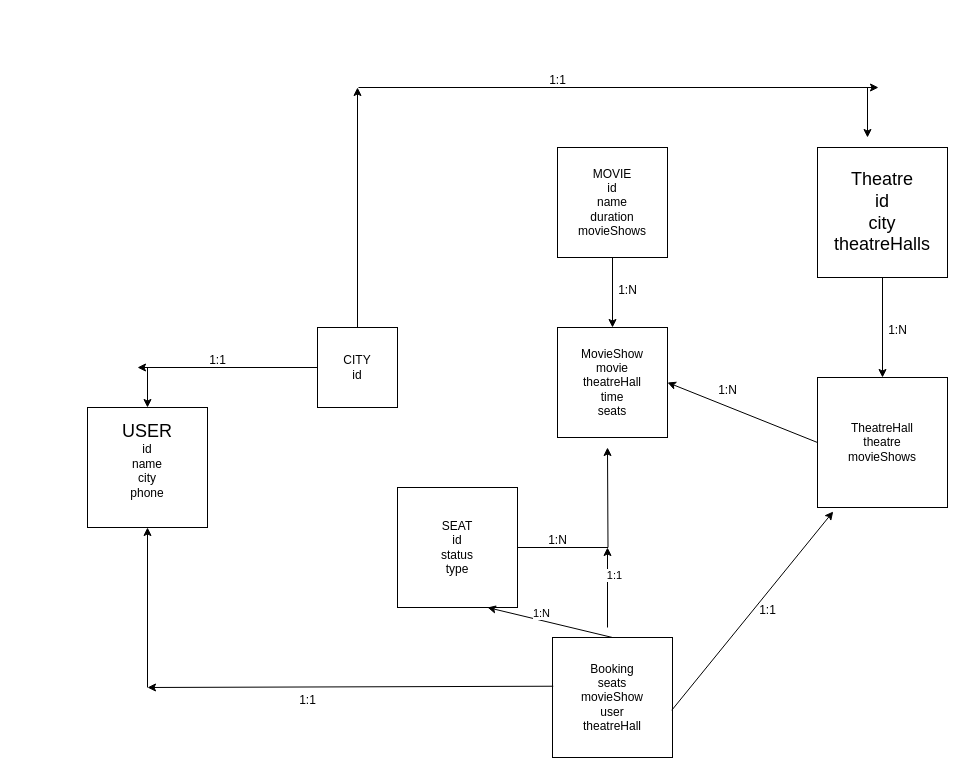
Before: BMS.drawio in rhaegar24/DesignPatterns, a draw.io diagram. Source tidied: cells renumbered, new cells numbered last; positions are measured from the earlier drawing's top-left corner, leaving out a move shared by most shapes. Both pictures are drawn from the tidied source at 100%, with x=0, y=0 at pixel (87, 65).
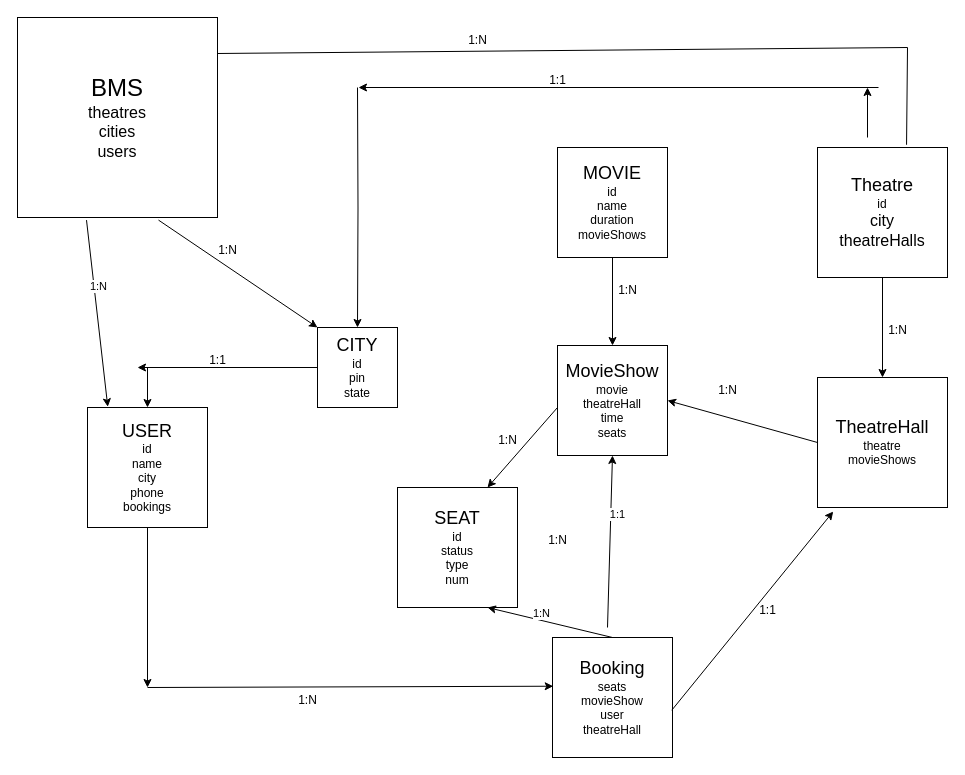
The same diagram, later.

The edit, as a diff of the source:
```diff
@@
-    <mxCell id="2" value="&lt;font style=&quot;font-size: 18px;&quot;&gt;USER&lt;/font&gt;&lt;div&gt;id&lt;/div&gt;&lt;div&gt;name&lt;/div&gt;&lt;div&gt;city&lt;/div&gt;&lt;div&gt;phone&lt;/div&gt;&lt;div&gt;&lt;br&gt;&lt;/div&gt;" style="whiteSpace=wrap;html=1;" parent="1" vertex="1">
+    <mxCell id="2" value="&lt;font style=&quot;font-size: 18px;&quot;&gt;USER&lt;/font&gt;&lt;div&gt;id&lt;/div&gt;&lt;div&gt;name&lt;/div&gt;&lt;div&gt;city&lt;/div&gt;&lt;div&gt;phone&lt;/div&gt;&lt;div&gt;bookings&lt;/div&gt;" style="whiteSpace=wrap;html=1;" parent="1" vertex="1">
       <mxGeometry y="342" width="120" height="120" as="geometry" />
     </mxCell>
-    <mxCell id="3" style="edgeStyle=orthogonalEdgeStyle;rounded=0;jettySize=auto;html=1;" parent="1" edge="1" source="5">
+    <mxCell id="3" style="edgeStyle=orthogonalEdgeStyle;rounded=0;jettySize=auto;html=1;" parent="1" edge="1" target="5">
       <mxGeometry relative="1" as="geometry">
-        <mxPoint x="270" y="22" as="targetPoint" />
+        <mxPoint x="270" y="22" as="sourcePoint" />
       </mxGeometry>
     </mxCell>
@@
-    <mxCell id="5" value="CITY&lt;div&gt;id&lt;/div&gt;" style="whiteSpace=wrap;html=1;" parent="1" vertex="1">
+    <mxCell id="5" value="&lt;font style=&quot;font-size: 18px;&quot;&gt;CITY&lt;/font&gt;&lt;div&gt;id&lt;/div&gt;&lt;div&gt;pin&lt;/div&gt;&lt;div&gt;state&lt;/div&gt;" style="whiteSpace=wrap;html=1;" parent="1" vertex="1">
       <mxGeometry x="230" y="262" width="80" height="80" as="geometry" />
     </mxCell>
@@
-    <mxCell id="7" value="MOVIE&lt;div&gt;id&lt;/div&gt;&lt;div&gt;name&lt;/div&gt;&lt;div&gt;duration&lt;/div&gt;&lt;div&gt;movieShows&lt;/div&gt;" style="whiteSpace=wrap;html=1;" parent="1" vertex="1">
+    <mxCell id="7" value="&lt;font style=&quot;font-size: 18px;&quot;&gt;MOVIE&lt;/font&gt;&lt;div&gt;id&lt;/div&gt;&lt;div&gt;name&lt;/div&gt;&lt;div&gt;duration&lt;/div&gt;&lt;div&gt;movieShows&lt;/div&gt;" style="whiteSpace=wrap;html=1;" parent="1" vertex="1">
       <mxGeometry x="470" y="82" width="110" height="110" as="geometry" />
     </mxCell>
-    <mxCell id="8" value="MovieShow&lt;div&gt;movie&lt;/div&gt;&lt;div&gt;theatreHall&lt;/div&gt;&lt;div&gt;time&lt;/div&gt;&lt;div&gt;seats&lt;/div&gt;" style="whiteSpace=wrap;html=1;" parent="1" vertex="1">
-      <mxGeometry x="470" y="262" width="110" height="110" as="geometry" />
+    <mxCell id="8" value="&lt;font style=&quot;font-size: 18px;&quot;&gt;MovieShow&lt;/font&gt;&lt;div&gt;movie&lt;/div&gt;&lt;div&gt;theatreHall&lt;/div&gt;&lt;div&gt;time&lt;/div&gt;&lt;div&gt;seats&lt;/div&gt;" style="whiteSpace=wrap;html=1;" parent="1" vertex="1">
+      <mxGeometry x="470" y="280" width="110" height="110" as="geometry" />
     </mxCell>
@@
-    <mxCell id="10" value="&lt;font style=&quot;font-size: 18px;&quot;&gt;Theatre&lt;/font&gt;&lt;div&gt;&lt;span style=&quot;font-size: 18px;&quot;&gt;id&lt;/span&gt;&lt;/div&gt;&lt;div&gt;&lt;span style=&quot;font-size: 18px;&quot;&gt;city&lt;/span&gt;&lt;/div&gt;&lt;div&gt;&lt;span style=&quot;font-size: 18px;&quot;&gt;theatreHalls&lt;/span&gt;&lt;/div&gt;" style="whiteSpace=wrap;html=1;" parent="1" vertex="1">
+    <mxCell id="10" value="&lt;font style=&quot;font-size: 18px;&quot;&gt;Theatre&lt;/font&gt;&lt;div&gt;&lt;font style=&quot;font-size: 12px;&quot;&gt;id&lt;/font&gt;&lt;/div&gt;&lt;div&gt;&lt;font size=&quot;3&quot;&gt;city&lt;/font&gt;&lt;/div&gt;&lt;div&gt;&lt;font size=&quot;3&quot;&gt;theatreHalls&lt;/font&gt;&lt;/div&gt;" style="whiteSpace=wrap;html=1;" parent="1" vertex="1">
       <mxGeometry x="730" y="82" width="130" height="130" as="geometry" />
     </mxCell>
-    <mxCell id="11" value="TheatreHall&lt;div&gt;theatre&lt;/div&gt;&lt;div&gt;movieShows&lt;/div&gt;" style="whiteSpace=wrap;html=1;" parent="1" vertex="1">
+    <mxCell id="11" value="&lt;font style=&quot;font-size: 18px;&quot;&gt;TheatreHall&lt;/font&gt;&lt;div&gt;theatre&lt;/div&gt;&lt;div&gt;movieShows&lt;/div&gt;" style="whiteSpace=wrap;html=1;" parent="1" vertex="1">
       <mxGeometry x="730" y="312" width="130" height="130" as="geometry" />
     </mxCell>
@@
     <mxCell id="14" style="endArrow=classic;html=1;rounded=0;" parent="1" edge="1">
       <mxGeometry relative="1" as="geometry">
-        <mxPoint x="271" y="22" as="sourcePoint" />
-        <mxPoint x="791" y="22" as="targetPoint" />
+        <mxPoint x="791" y="22" as="sourcePoint" />
+        <mxPoint x="271" y="22" as="targetPoint" />
       </mxGeometry>
     </mxCell>
     <mxCell id="15" style="endArrow=classic;html=1;rounded=0;" parent="1" edge="1">
       <mxGeometry relative="1" as="geometry">
-        <mxPoint x="780" y="22" as="sourcePoint" />
-        <mxPoint x="780" y="72" as="targetPoint" />
+        <mxPoint x="780" y="72" as="sourcePoint" />
+        <mxPoint x="780" y="22" as="targetPoint" />
       </mxGeometry>
     </mxCell>
@@
-    <mxCell id="19" style="edgeStyle=orthogonalEdgeStyle;rounded=0;jettySize=auto;html=1;" parent="1" edge="1" source="20">
-      <mxGeometry relative="1" as="geometry">
-        <mxPoint x="520" y="382" as="targetPoint" />
-      </mxGeometry>
-    </mxCell>
-    <mxCell id="20" value="SEAT&lt;div&gt;id&lt;/div&gt;&lt;div&gt;status&lt;/div&gt;&lt;div&gt;type&lt;/div&gt;" style="whiteSpace=wrap;html=1;" parent="1" vertex="1">
+    <mxCell id="20" value="&lt;font style=&quot;font-size: 18px;&quot;&gt;SEAT&lt;/font&gt;&lt;div&gt;id&lt;/div&gt;&lt;div&gt;status&lt;/div&gt;&lt;div&gt;type&lt;/div&gt;&lt;div&gt;num&lt;/div&gt;" style="whiteSpace=wrap;html=1;" parent="1" vertex="1">
       <mxGeometry x="310" y="422" width="120" height="120" as="geometry" />
     </mxCell>
@@
-    <mxCell id="22" value="Booking&lt;div&gt;seats&lt;/div&gt;&lt;div&gt;movieShow&lt;/div&gt;&lt;div&gt;user&lt;/div&gt;&lt;div&gt;theatreHall&lt;/div&gt;" style="whiteSpace=wrap;html=1;" parent="1" vertex="1">
+    <mxCell id="22" value="&lt;font style=&quot;font-size: 18px;&quot;&gt;Booking&lt;/font&gt;&lt;div&gt;seats&lt;/div&gt;&lt;div&gt;movieShow&lt;/div&gt;&lt;div&gt;user&lt;/div&gt;&lt;div&gt;theatreHall&lt;/div&gt;" style="whiteSpace=wrap;html=1;" parent="1" vertex="1">
       <mxGeometry x="465" y="572" width="120" height="120" as="geometry" />
     </mxCell>
-    <mxCell id="23" style="endArrow=classic;html=1;rounded=0;exitX=0.5;exitY=1;exitDx=0;exitDy=0;entryX=0.5;entryY=1;entryDx=0;entryDy=0;" parent="1" edge="1" target="2">
+    <mxCell id="23" style="endArrow=classic;html=1;rounded=0;exitX=0.5;exitY=1;exitDx=0;exitDy=0;entryX=0.5;entryY=1;entryDx=0;entryDy=0;" parent="1" edge="1" source="2">
       <mxGeometry relative="1" as="geometry">
-        <mxPoint x="60" y="622" as="sourcePoint" />
+        <mxPoint x="60" y="622" as="targetPoint" />
       </mxGeometry>
     </mxCell>
-    <mxCell id="24" style="endArrow=classic;html=1;rounded=0;entryX=0.006;entryY=0.406;entryDx=0;entryDy=0;entryPerimeter=0;exitX=0.006;exitY=0.406;exitDx=0;exitDy=0;exitPerimeter=0;" parent="1" edge="1" source="22">
+    <mxCell id="24" style="endArrow=classic;html=1;rounded=0;entryX=0.006;entryY=0.406;entryDx=0;entryDy=0;entryPerimeter=0;exitX=0.006;exitY=0.406;exitDx=0;exitDy=0;exitPerimeter=0;" parent="1" edge="1" target="22">
       <mxGeometry relative="1" as="geometry">
-        <mxPoint x="60" y="622" as="targetPoint" />
+        <mxPoint x="60" y="622" as="sourcePoint" />
       </mxGeometry>
     </mxCell>
-    <mxCell id="25" value="1:1" style="text;html=1;align=center;verticalAlign=middle;strokeColor=none;fillColor=none;" parent="1" vertex="1">
+    <mxCell id="25" value="1:N" style="text;html=1;align=center;verticalAlign=middle;strokeColor=none;fillColor=none;" parent="1" vertex="1">
       <mxGeometry x="200" y="620" width="40" height="30" as="geometry" />
     </mxCell>
@@
-    <mxCell id="28" style="endArrow=classic;html=1;rounded=0;" parent="1" edge="1">
+    <mxCell id="28" style="endArrow=classic;html=1;rounded=0;entryX=0.5;entryY=1;entryDx=0;entryDy=0;" parent="1" edge="1" target="8">
       <mxGeometry relative="1" as="geometry">
         <mxPoint x="520" y="562" as="sourcePoint" />
-        <mxPoint x="520" y="482" as="targetPoint" />
       </mxGeometry>
     </mxCell>
@@
+    <mxCell id="34" value="&lt;font style=&quot;font-size: 24px;&quot;&gt;BMS&lt;/font&gt;&lt;div&gt;&lt;font size=&quot;3&quot; style=&quot;&quot;&gt;theatres&lt;/font&gt;&lt;/div&gt;&lt;div&gt;&lt;font size=&quot;3&quot; style=&quot;&quot;&gt;cities&lt;/font&gt;&lt;/div&gt;&lt;div&gt;&lt;font size=&quot;3&quot; style=&quot;&quot;&gt;users&lt;/font&gt;&lt;/div&gt;" style="whiteSpace=wrap;html=1;" parent="1" vertex="1">
+      <mxGeometry x="-70" y="-48" width="200" height="200" as="geometry" />
+    </mxCell>
+    <mxCell id="35" style="endArrow=none;html=1;rounded=0;exitX=0.998;exitY=0.18;exitDx=0;exitDy=0;exitPerimeter=0;" parent="1" edge="1" source="34">
+      <mxGeometry relative="1" as="geometry">
+        <mxPoint x="820" y="-18" as="targetPoint" />
+      </mxGeometry>
+    </mxCell>
+    <mxCell id="36" style="endArrow=none;html=1;rounded=0;entryX=0.685;entryY=-0.021;entryDx=0;entryDy=0;entryPerimeter=0;" parent="1" edge="1" target="10">
+      <mxGeometry relative="1" as="geometry">
+        <mxPoint x="820" y="-18" as="sourcePoint" />
+      </mxGeometry>
+    </mxCell>
+    <mxCell id="37" value="1:N" style="text;html=1;align=center;verticalAlign=middle;strokeColor=none;fillColor=none;" parent="1" vertex="1">
+      <mxGeometry x="370" y="-40" width="40" height="30" as="geometry" />
+    </mxCell>
+    <mxCell id="38" style="endArrow=classic;html=1;rounded=0;exitX=0.345;exitY=1.013;exitDx=0;exitDy=0;exitPerimeter=0;entryX=0.169;entryY=-0.006;entryDx=0;entryDy=0;entryPerimeter=0;" parent="1" edge="1" source="34" target="2">
+      <mxGeometry relative="1" as="geometry" />
+    </mxCell>
+    <mxCell id="39" value="1:N" style="edgeLabel;html=1;align=center;verticalAlign=middle;" parent="38" vertex="1">
+      <mxGeometry x="-0.29" y="5" relative="1" as="geometry">
+        <mxPoint x="-1" as="offset" />
+      </mxGeometry>
+    </mxCell>
+    <mxCell id="40" style="endArrow=classic;html=1;rounded=0;exitX=0.705;exitY=1.013;exitDx=0;exitDy=0;exitPerimeter=0;entryX=0;entryY=0;entryDx=0;entryDy=0;" parent="1" edge="1" source="34" target="5">
+      <mxGeometry relative="1" as="geometry" />
+    </mxCell>
+    <mxCell id="41" value="1:N" style="text;html=1;align=center;verticalAlign=middle;strokeColor=none;fillColor=none;" parent="1" vertex="1">
+      <mxGeometry x="120" y="170" width="40" height="30" as="geometry" />
+    </mxCell>
+    <mxCell id="42" value="1:N" style="text;html=1;align=center;verticalAlign=middle;strokeColor=none;fillColor=none;" parent="1" vertex="1">
+      <mxGeometry x="400" y="360" width="40" height="30" as="geometry" />
+    </mxCell>
+    <mxCell id="43" style="endArrow=classic;html=1;rounded=0;exitX=0.75;exitY=0;exitDx=0;exitDy=0;entryX=0.75;entryY=0;entryDx=0;entryDy=0;" parent="1" edge="1" target="20">
+      <mxGeometry relative="1" as="geometry">
+        <mxPoint x="470" y="342" as="sourcePoint" />
+      </mxGeometry>
+    </mxCell>
```
